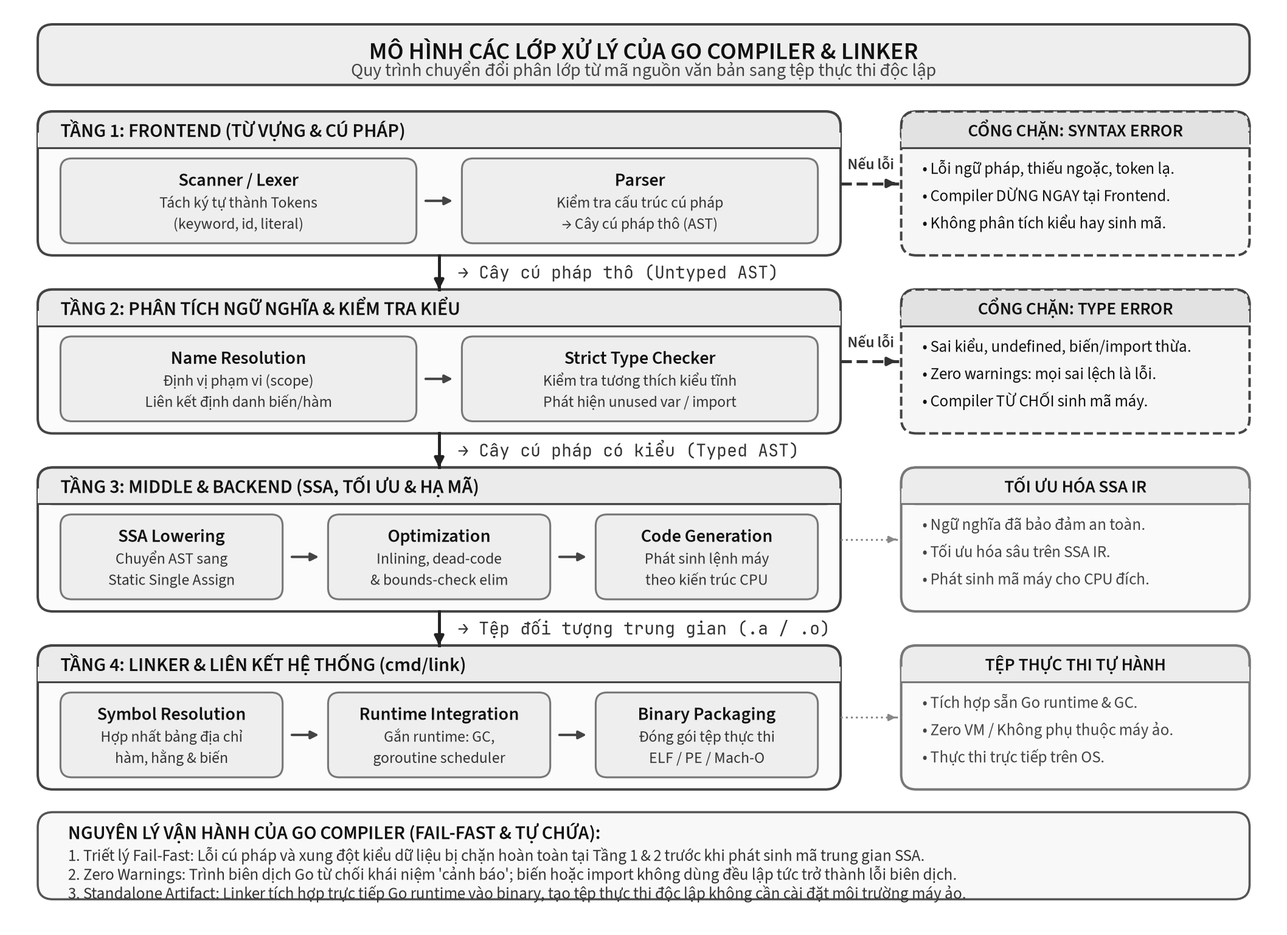
This is assets/diagrams/compiler-doc-go.png from Minhlike/Golang, a PlantUML export, as it was before one commit. Its source is kept beside it as assets/diagrams/compiler-doc-go.puml. The source it was exported from:
```plantuml
@startuml
skinparam backgroundColor white
skinparam shadowing false
skinparam defaultFontName "Source Sans 3"
skinparam defaultFontSize 13
skinparam defaultFontColor #000000

skinparam rectangle {
  BackgroundColor #F9F9F9
  BorderColor #444444
  FontColor #000000
  RoundCorner 4
}

skinparam arrowColor #333333
skinparam ArrowThickness 1.1

title MÔ HÌNH CÁC LỚP XỬ LÝ CỦA GO COMPILER & LINKER

top to bottom direction

rectangle "TẦNG 1: FRONTEND (TỪ VỰNG & CÚ PHÁP)\n---\n• Scanner / Lexer: Tách ký tự thành Tokens\n• Parser: Kiểm tra cấu trúc cú pháp → Untyped AST" as layer1

rectangle "CỔNG CHẶN 1: SYNTAX ERROR\n---\n• Lỗi ngữ pháp, thiếu ngoặc, token lạ\n• Compiler DỪNG NGAY tại Frontend" as err1

rectangle "TẦNG 2: PHÂN TÍCH NGỮ NGHĨA & KIỂM TRA KIỂU\n---\n• Name Resolution: Xác định phạm vi (scope) & định danh\n• Strict Type Checker: Kiểm tra kiểu tĩnh & unused var/import" as layer2

rectangle "CỔNG CHẶN 2: TYPE ERROR\n---\n• Sai kiểu dữ liệu, undefined, unused var/import\n• Zero warnings: Mọi sai phạm là lỗi; DỪNG BIÊN DỊCH" as err2

rectangle "TẦNG 3: MIDDLE & BACKEND (SSA, TỐI ƯU & HẠ MÃ)\n---\n• SSA Lowering: Chuyển AST sang Static Single Assignment IR\n• Optimization: Inlining, dead-code & bounds-check elimination\n• Code Generation: Phát sinh mã máy cho CPU đích (.a / .o)" as layer3

rectangle "TẦNG 4: LINKER & LIÊN KẾT HỆ THỐNG (cmd/link)\n---\n• Symbol Resolution: Hợp nhất bảng địa chỉ hàm, biến, hằng\n• Runtime Integration: Gắn runtime (GC, goroutine scheduler)\n• Binary Packaging: Đóng gói tệp thực thi độc lập (ELF / PE / Mach-O)" as layer4

layer1 --> layer2 : Cây cú pháp thô (Untyped AST)
layer1 .right.> err1 : Nếu lỗi cú pháp
layer2 --> layer3 : Cây cú pháp có kiểu (Typed AST)
layer2 .right.> err2 : Nếu sai kiểu dữ liệu
layer3 --> layer4 : Tệp đối tượng trung gian (.a / .o)
@enduml
```
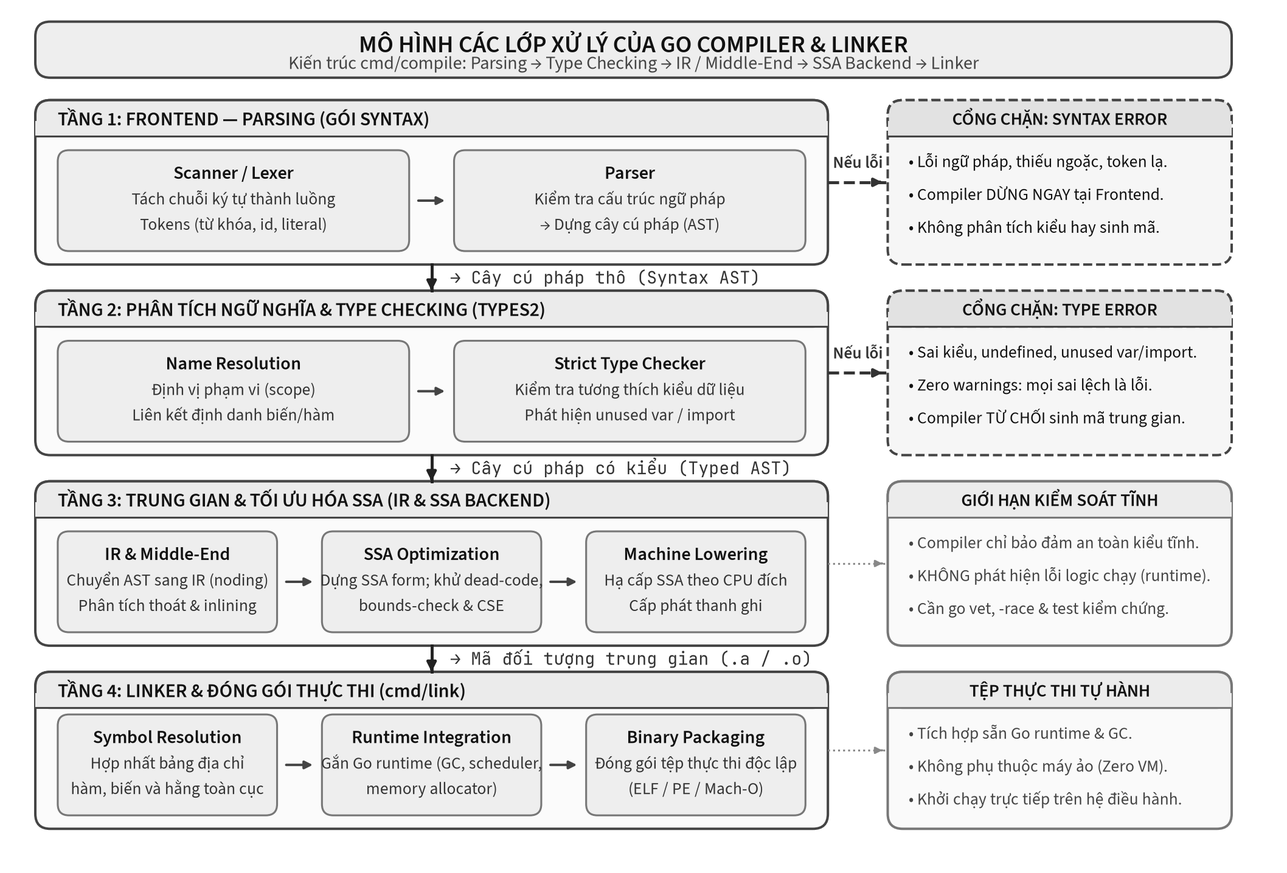
The same diagram one commit later.

What changed in the source:
```diff
@@ -19,21 +19,24 @@
 
 top to bottom direction
 
-rectangle "TẦNG 1: FRONTEND (TỪ VỰNG & CÚ PHÁP)\n---\n• Scanner / Lexer: Tách ký tự thành Tokens\n• Parser: Kiểm tra cấu trúc cú pháp → Untyped AST" as layer1
+rectangle "TẦNG 1: FRONTEND (cmd/compile/internal/syntax)\n---\n• Scanner / Lexer: Tách luồng ký tự thành tokens\n• Parser: Xây dựng cây cú pháp trừu tượng (syntax tree)" as layer1
 
 rectangle "CỔNG CHẶN 1: SYNTAX ERROR\n---\n• Lỗi ngữ pháp, thiếu ngoặc, token lạ\n• Compiler DỪNG NGAY tại Frontend" as err1
 
-rectangle "TẦNG 2: PHÂN TÍCH NGỮ NGHĨA & KIỂM TRA KIỂU\n---\n• Name Resolution: Xác định phạm vi (scope) & định danh\n• Strict Type Checker: Kiểm tra kiểu tĩnh & unused var/import" as layer2
+rectangle "TẦNG 2: PHÂN TÍCH KIỂU & NGỮ NGHĨA (cmd/compile/internal/types2)\n---\n• Type Checking: Kiểm tra tính đúng đắn kiểu tĩnh\n• Name Resolution: Xác định phạm vi định danh & hằng số" as layer2
 
-rectangle "CỔNG CHẶN 2: TYPE ERROR\n---\n• Sai kiểu dữ liệu, undefined, unused var/import\n• Zero warnings: Mọi sai phạm là lỗi; DỪNG BIÊN DỊCH" as err2
+rectangle "CỔNG CHẶN 2: TYPE ERROR\n---\n• Sai kiểu dữ liệu, biến không tồn tại\n• Zero warnings: Mọi sai phạm là lỗi; DỪNG BIÊN DỊCH" as err2
 
-rectangle "TẦNG 3: MIDDLE & BACKEND (SSA, TỐI ƯU & HẠ MÃ)\n---\n• SSA Lowering: Chuyển AST sang Static Single Assignment IR\n• Optimization: Inlining, dead-code & bounds-check elimination\n• Code Generation: Phát sinh mã máy cho CPU đích (.a / .o)" as layer3
+rectangle "TẦNG 3: MIDDLE-END & IR (cmd/compile/internal/ir, walk)\n---\n• Noding: Chuyển syntax tree sang biểu diễn trung gian IR\n• Transforms: AST rewrite, devirtualization, escape analysis" as layer3
 
-rectangle "TẦNG 4: LINKER & LIÊN KẾT HỆ THỐNG (cmd/link)\n---\n• Symbol Resolution: Hợp nhất bảng địa chỉ hàm, biến, hằng\n• Runtime Integration: Gắn runtime (GC, goroutine scheduler)\n• Binary Packaging: Đóng gói tệp thực thi độc lập (ELF / PE / Mach-O)" as layer4
+rectangle "TẦNG 4: BACKEND SSA & HẠ MÃ (cmd/compile/internal/ssa, genssa)\n---\n• SSA Lowering & Tối ưu hóa (dead code, bounds check)\n• Code Generation: Phát sinh mã máy cho kiến trúc CPU (.a/.o)" as layer4
 
-layer1 --> layer2 : Cây cú pháp thô (Untyped AST)
+rectangle "TẦNG 5: LINKER & ĐÓNG GÓI HỆ THỐNG (cmd/link)\n---\n• Symbol Resolution: Hợp nhất bảng ký hiệu hàm, biến, hằng\n• Runtime Integration: Tích hợp Go runtime (GC, scheduler, stack)\n• Executable Packaging: Xuất nhị phân thực thi độc lập" as layer5
+
+layer1 --> layer2 : Cây cú pháp (syntax tree)
 layer1 .right.> err1 : Nếu lỗi cú pháp
-layer2 --> layer3 : Cây cú pháp có kiểu (Typed AST)
+layer2 --> layer3 : Cú pháp đã kiểm tra kiểu
 layer2 .right.> err2 : Nếu sai kiểu dữ liệu
-layer3 --> layer4 : Tệp đối tượng trung gian (.a / .o)
+layer3 --> layer4 : Biểu diễn trung gian (IR)
+layer4 --> layer5 : Tệp đối tượng trung gian (.a / .o)
 @enduml
```
